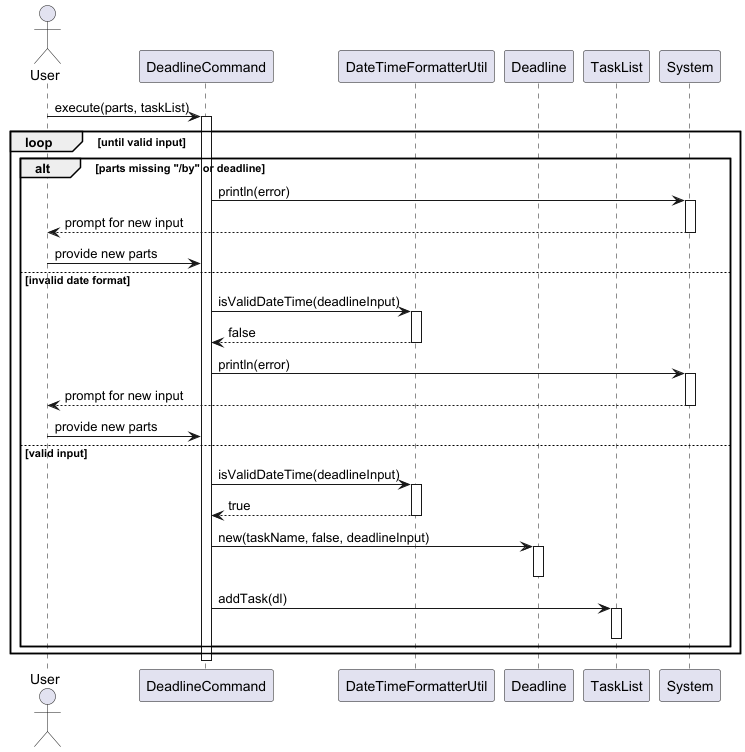
wongyihao02/tp keeps this PlantUML diagram as docs/diagrams/tasklistcommands/DeadlineCommandSequenceDiagram.png. Above is the earlier version.
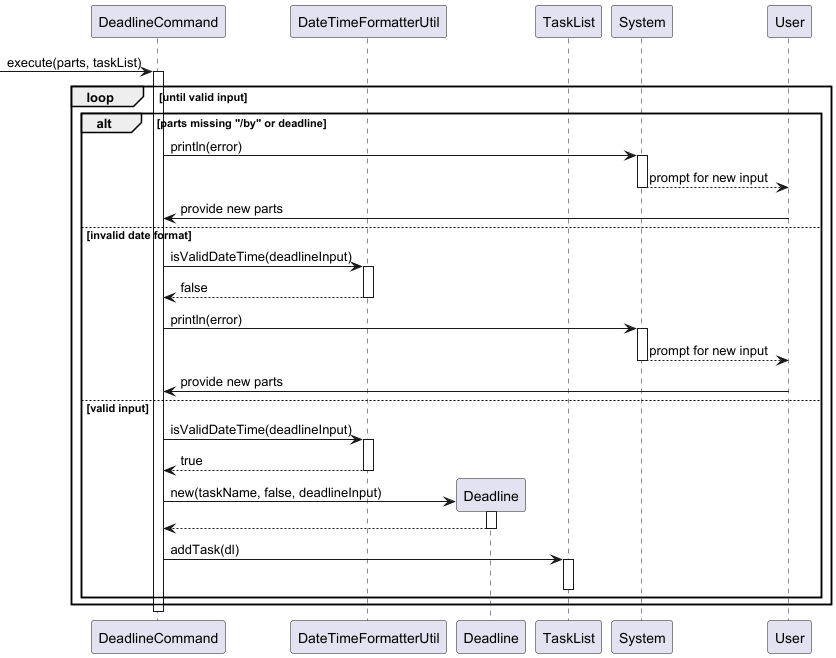
After the change.

Change to the diagram source:
```diff
@@ -1,6 +1,4 @@
 @startuml
-
-actor User
 
 participant "DeadlineCommand" as DeadlineCmd
 participant "DateTimeFormatterUtil" as Formatter
@@ -8,7 +6,7 @@
 participant "TaskList" as TaskList
 participant "System" as Console
 
-User -> DeadlineCmd : execute(parts, taskList)
+-> DeadlineCmd : execute(parts, taskList)
 activate DeadlineCmd
 
 loop until valid input
@@ -35,8 +33,10 @@
         Formatter --> DeadlineCmd : true
         deactivate Formatter
 
+        create Deadline
         DeadlineCmd -> Deadline : new(taskName, false, deadlineInput)
         activate Deadline
+        Deadline --> DeadlineCmd
         deactivate Deadline
 
         DeadlineCmd -> TaskList : addTask(dl)
```
